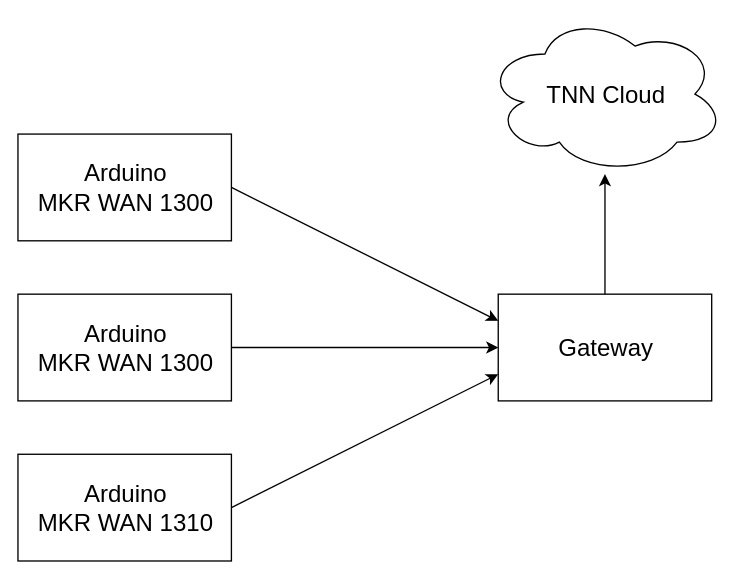
Before: Thesis Notebook/Prototype/Documentation/High Level HW Diagram.svg, a diagram exported from draw.io (JessyBarber/Jessy-Thesis). Source tidied: cells renumbered, new cells last; positions are measured from the earlier drawing's top-left corner, leaving out a move shared by most shapes.
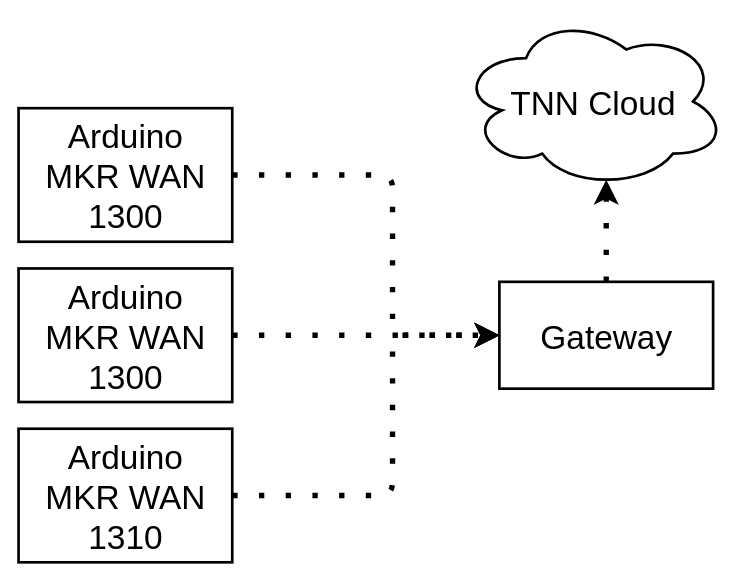
Above is the later version.

The edit, as a diff of the source:
```diff
@@ -2,34 +2,43 @@
   <root>
     <mxCell id="0" />
     <mxCell id="1" parent="0" />
-    <mxCell id="2" style="edgeStyle=none;html=1;exitX=1;exitY=0.5;exitDx=0;exitDy=0;entryX=0;entryY=0.25;entryDx=0;entryDy=0;" parent="1" edge="1" source="3" target="8">
-      <mxGeometry relative="1" as="geometry" />
+    <mxCell id="2" style="edgeStyle=none;html=1;exitX=1;exitY=0.5;exitDx=0;exitDy=0;entryX=0;entryY=0.5;entryDx=0;entryDy=0;fontSize=20;strokeWidth=4;dashed=1;dashPattern=1 4;" parent="1" edge="1" source="3" target="8">
+      <mxGeometry relative="1" as="geometry">
+        <Array as="points">
+          <mxPoint x="280" y="140" />
+          <mxPoint x="280" y="260" />
+        </Array>
+      </mxGeometry>
     </mxCell>
-    <mxCell id="3" value="&lt;font style=&quot;font-size: 18px&quot;&gt;Arduino &lt;br&gt;MKR WAN 1300&lt;/font&gt;" style="rounded=0;whiteSpace=wrap;html=1;" parent="1" vertex="1">
-      <mxGeometry y="90" width="160" height="80" as="geometry" />
+    <mxCell id="3" value="&lt;font style=&quot;font-size: 25px&quot;&gt;Arduino &lt;br&gt;MKR WAN 1300&lt;/font&gt;" style="rounded=0;whiteSpace=wrap;html=1;strokeWidth=2;" parent="1" vertex="1">
+      <mxGeometry y="90" width="160" height="100" as="geometry" />
     </mxCell>
-    <mxCell id="4" style="edgeStyle=none;html=1;exitX=1;exitY=0.5;exitDx=0;exitDy=0;entryX=0;entryY=0.5;entryDx=0;entryDy=0;" parent="1" edge="1" source="5" target="8">
-      <mxGeometry relative="1" as="geometry" />
-    </mxCell>
+    <mxCell id="9" style="edgeStyle=none;html=1;exitX=1;exitY=0.5;exitDx=0;exitDy=0;fontSize=20;strokeWidth=4;dashed=1;dashPattern=1 4;" parent="1" edge="1" source="5" target="8">
+      <mxGeometry relative="1" as="geometry" />
+    </mxCell>
+    <mxCell id="11" style="edgeStyle=none;html=1;exitX=1;exitY=0.5;exitDx=0;exitDy=0;entryX=0;entryY=0.5;entryDx=0;entryDy=0;fontSize=20;strokeWidth=4;dashed=1;dashPattern=1 4;" parent="1" edge="1" target="8">
+      <mxGeometry relative="1" as="geometry">
+        <mxPoint x="160" y="380" as="sourcePoint" />
+        <Array as="points">
+          <mxPoint x="280" y="380" />
+          <mxPoint x="280" y="260" />
+        </Array>
+      </mxGeometry>
+    </mxCell>
+    <mxCell id="12" style="edgeStyle=none;html=1;exitX=0.5;exitY=0;exitDx=0;exitDy=0;dashed=1;dashPattern=1 4;fontSize=20;strokeWidth=4;entryX=0.55;entryY=0.95;entryDx=0;entryDy=0;entryPerimeter=0;" parent="1" edge="1" source="8" target="10">
+      <mxGeometry relative="1" as="geometry" />
+    </mxCell>
+    <mxCell id="8" value="&lt;font style=&quot;font-size: 25px&quot;&gt;Gateway&lt;/font&gt;" style="rounded=0;whiteSpace=wrap;html=1;strokeWidth=2;" parent="1" vertex="1">
+      <mxGeometry x="360" y="220" width="160" height="80" as="geometry" />
+    </mxCell>
+    <mxCell id="10" value="&lt;font style=&quot;font-size: 25px&quot;&gt;TNN Cloud&lt;/font&gt;" style="ellipse;shape=cloud;whiteSpace=wrap;html=1;strokeWidth=2;" parent="1" vertex="1">
+      <mxGeometry x="330" y="20" width="200" height="130" as="geometry" />
+    </mxCell>
-    <mxCell id="5" value="&lt;span style=&quot;font-size: 18px&quot;&gt;Arduino&lt;/span&gt;&lt;br style=&quot;font-size: 18px&quot;&gt;&lt;span style=&quot;font-size: 18px&quot;&gt;MKR WAN 1300&lt;/span&gt;" style="rounded=0;whiteSpace=wrap;html=1;" parent="1" vertex="1">
-      <mxGeometry y="210" width="160" height="80" as="geometry" />
+    <mxCell id="5" value="&lt;font style=&quot;font-size: 25px&quot;&gt;Arduino &lt;br&gt;MKR WAN 1300&lt;/font&gt;" style="rounded=0;whiteSpace=wrap;html=1;strokeWidth=2;" parent="1" vertex="1">
+      <mxGeometry y="210" width="160" height="100" as="geometry" />
     </mxCell>
-    <mxCell id="6" style="edgeStyle=none;html=1;exitX=1;exitY=0.5;exitDx=0;exitDy=0;entryX=0;entryY=0.75;entryDx=0;entryDy=0;" parent="1" edge="1" source="7" target="8">
-      <mxGeometry relative="1" as="geometry" />
-    </mxCell>
-    <mxCell id="7" value="&lt;span style=&quot;color: rgb(0 , 0 , 0) ; font-family: &amp;#34;helvetica&amp;#34; ; font-size: 18px ; font-style: normal ; font-weight: 400 ; letter-spacing: normal ; text-align: center ; text-indent: 0px ; text-transform: none ; word-spacing: 0px ; background-color: rgb(255 , 255 , 255) ; display: inline ; float: none&quot;&gt;Arduino&lt;/span&gt;&lt;br style=&quot;color: rgb(0 , 0 , 0) ; font-family: &amp;#34;helvetica&amp;#34; ; font-size: 18px ; font-style: normal ; font-weight: 400 ; letter-spacing: normal ; text-align: center ; text-indent: 0px ; text-transform: none ; word-spacing: 0px ; background-color: rgb(255 , 255 , 255)&quot;&gt;&lt;span style=&quot;color: rgb(0 , 0 , 0) ; font-family: &amp;#34;helvetica&amp;#34; ; font-size: 18px ; font-style: normal ; font-weight: 400 ; letter-spacing: normal ; text-align: center ; text-indent: 0px ; text-transform: none ; word-spacing: 0px ; background-color: rgb(255 , 255 , 255) ; display: inline ; float: none&quot;&gt;MKR WAN 1310&lt;/span&gt;" style="rounded=0;whiteSpace=wrap;html=1;" parent="1" vertex="1">
-      <mxGeometry y="330" width="160" height="80" as="geometry" />
+    <mxCell id="7" value="&lt;font style=&quot;font-size: 25px&quot;&gt;Arduino &lt;br&gt;MKR WAN 1310&lt;/font&gt;" style="rounded=0;whiteSpace=wrap;html=1;strokeWidth=2;" parent="1" vertex="1">
+      <mxGeometry y="330" width="160" height="100" as="geometry" />
     </mxCell>
-    <mxCell id="8" value="&lt;font style=&quot;font-size: 18px&quot;&gt;Gateway&lt;/font&gt;" style="rounded=0;whiteSpace=wrap;html=1;" parent="1" vertex="1">
-      <mxGeometry x="360" y="210" width="160" height="80" as="geometry" />
-    </mxCell>
-    <mxCell id="9" style="edgeStyle=none;html=1;" parent="1" edge="1" target="10">
-      <mxGeometry relative="1" as="geometry">
-        <mxPoint x="440" y="210" as="sourcePoint" />
-      </mxGeometry>
-    </mxCell>
-    <mxCell id="10" value="&lt;font style=&quot;font-size: 18px&quot;&gt;TNN Cloud&lt;/font&gt;" style="ellipse;shape=cloud;whiteSpace=wrap;html=1;" parent="1" vertex="1">
-      <mxGeometry x="350" width="180" height="120" as="geometry" />
-    </mxCell>
   </root>
 </mxGraphModel>
```
